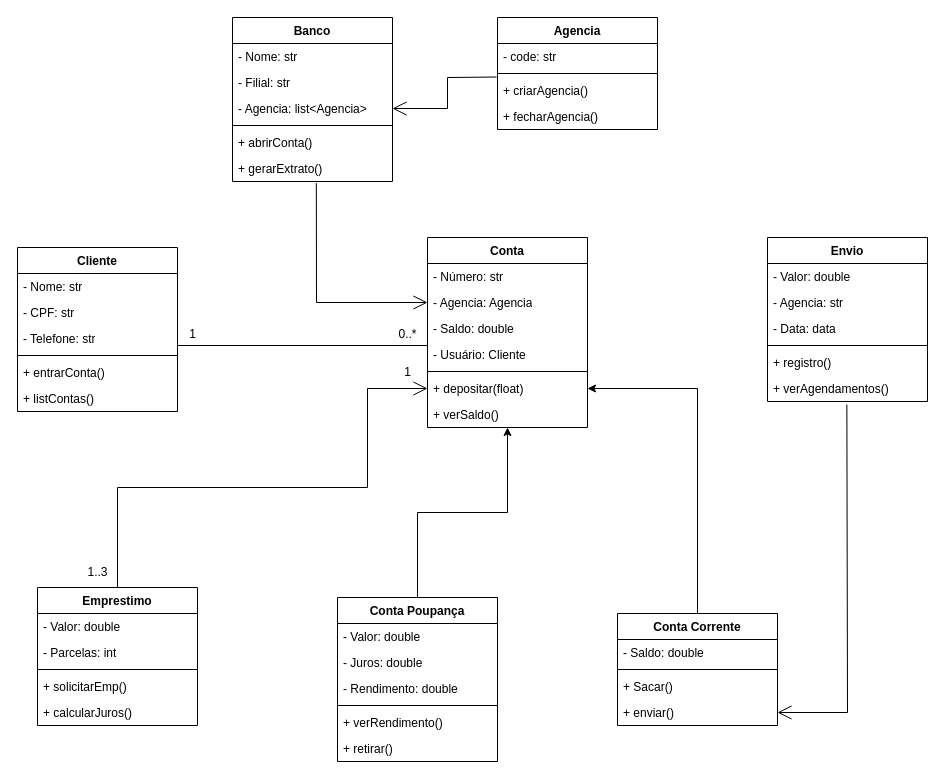
Above: Bank_Class_Diagram.drawio.xml in Luilu-star/Diagramas (draw.io), before the change. Source tidied: cells renumbered, new cells numbered last; positions are measured from the earlier drawing's top-left corner, leaving out a move shared by most shapes. Both pictures are drawn from the tidied source at 100%, with x=0, y=0 at pixel (17, 17).
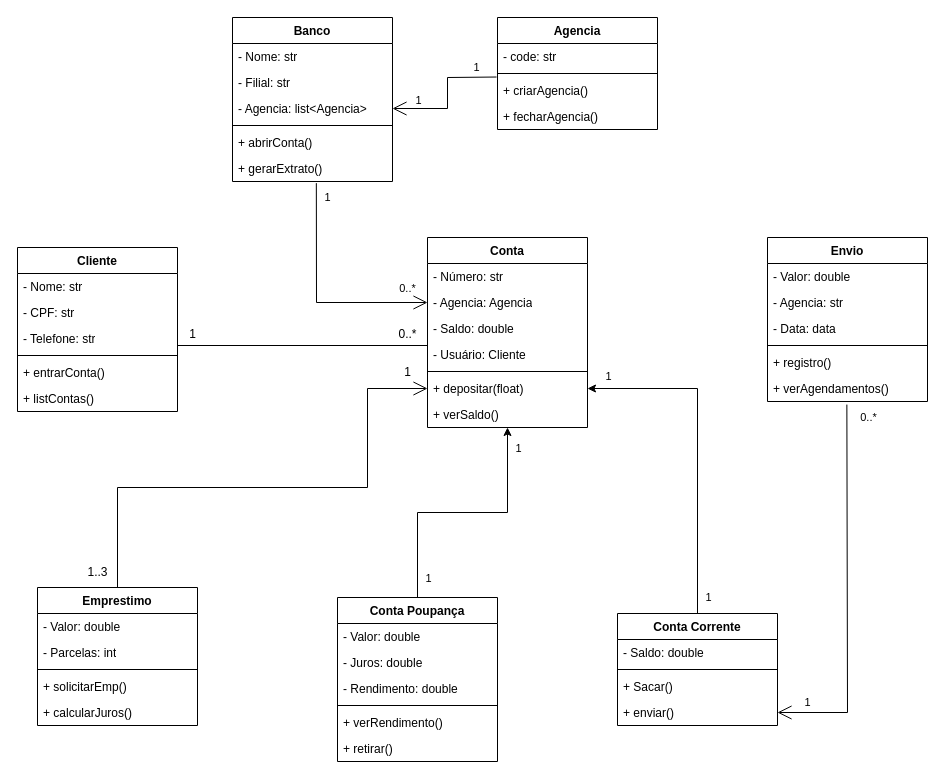
The same diagram, later.

The change refers to these unchanged cells:
```xml
<mxCell id="43" style="edgeStyle=orthogonalEdgeStyle;rounded=0;jettySize=auto;html=1;" parent="1" edge="1" source="44" target="16">
  <mxGeometry relative="1" as="geometry" />
</mxCell>
<mxCell id="51" style="edgeStyle=orthogonalEdgeStyle;rounded=0;jettySize=auto;html=1;entryX=1;entryY=0.5;entryDx=0;entryDy=0;" parent="1" edge="1" source="52" target="22">
  <mxGeometry relative="1" as="geometry" />
</mxCell>
<mxCell id="58" style="endArrow=open;endFill=1;endSize=12;html=1;rounded=0;exitX=-0.006;exitY=-0.018;exitDx=0;exitDy=0;exitPerimeter=0;entryX=1;entryY=0.5;entryDx=0;entryDy=0;" parent="1" edge="1" source="40" target="12">
  <mxGeometry relative="1" as="geometry">
    <Array as="points">
      <mxPoint x="430" y="60" />
      <mxPoint x="430" y="91" />
    </Array>
  </mxGeometry>
</mxCell>
<mxCell id="59" style="endArrow=open;endFill=1;endSize=12;html=1;rounded=0;exitX=0.524;exitY=1.063;exitDx=0;exitDy=0;exitPerimeter=0;entryX=0;entryY=0.5;entryDx=0;entryDy=0;" parent="1" edge="1" source="15" target="18">
  <mxGeometry relative="1" as="geometry">
    <Array as="points">
      <mxPoint x="299" y="285" />
    </Array>
  </mxGeometry>
</mxCell>
<mxCell id="64" style="endArrow=open;endFill=1;endSize=12;html=1;rounded=0;exitX=0.496;exitY=1.119;exitDx=0;exitDy=0;exitPerimeter=0;entryX=1;entryY=0.5;entryDx=0;entryDy=0;" parent="1" edge="1" source="30" target="56">
  <mxGeometry relative="1" as="geometry">
    <Array as="points">
      <mxPoint x="830" y="695" />
    </Array>
  </mxGeometry>
</mxCell>
```

What changed in the source:
```diff
@@
+    <mxCell id="65" value="1" style="edgeLabel;html=1;align=center;verticalAlign=middle;" parent="43" vertex="1">
+      <mxGeometry x="-0.88" relative="1" as="geometry">
+        <mxPoint x="10" y="-4" as="offset" />
+      </mxGeometry>
+    </mxCell>
+    <mxCell id="66" value="1" style="edgeLabel;html=1;align=center;verticalAlign=middle;" parent="43" vertex="1">
+      <mxGeometry x="0.84" y="-2" relative="1" as="geometry">
+        <mxPoint x="8" y="-1" as="offset" />
+      </mxGeometry>
+    </mxCell>
@@
+    <mxCell id="67" value="1" style="edgeLabel;html=1;align=center;verticalAlign=middle;" parent="51" vertex="1">
+      <mxGeometry x="0.88" relative="1" as="geometry">
+        <mxPoint y="-13" as="offset" />
+      </mxGeometry>
+    </mxCell>
+    <mxCell id="68" value="1" style="edgeLabel;html=1;align=center;verticalAlign=middle;" parent="51" vertex="1">
+      <mxGeometry x="-0.9" y="-1" relative="1" as="geometry">
+        <mxPoint x="9" as="offset" />
+      </mxGeometry>
+    </mxCell>
@@
+    <mxCell id="69" value="1" style="edgeLabel;html=1;align=center;verticalAlign=middle;" parent="58" vertex="1">
+      <mxGeometry x="0.62" y="3" relative="1" as="geometry">
+        <mxPoint x="-1" y="-12" as="offset" />
+      </mxGeometry>
+    </mxCell>
+    <mxCell id="70" value="1" style="edgeLabel;html=1;align=center;verticalAlign=middle;" parent="58" vertex="1">
+      <mxGeometry x="-0.69" relative="1" as="geometry">
+        <mxPoint y="-10" as="offset" />
+      </mxGeometry>
+    </mxCell>
@@
+    <mxCell id="71" value="1" style="edgeLabel;html=1;align=center;verticalAlign=middle;" parent="59" vertex="1">
+      <mxGeometry x="-0.88" relative="1" as="geometry">
+        <mxPoint x="11" as="offset" />
+      </mxGeometry>
+    </mxCell>
+    <mxCell id="72" value="0..*" style="edgeLabel;html=1;align=center;verticalAlign=middle;" parent="59" vertex="1">
+      <mxGeometry x="0.82" y="-2" relative="1" as="geometry">
+        <mxPoint y="-17" as="offset" />
+      </mxGeometry>
+    </mxCell>
@@
+    <mxCell id="73" value="1" style="edgeLabel;html=1;align=center;verticalAlign=middle;" parent="64" vertex="1">
+      <mxGeometry x="0.84" y="1" relative="1" as="geometry">
+        <mxPoint y="-12" as="offset" />
+      </mxGeometry>
+    </mxCell>
+    <mxCell id="74" value="0..*" style="edgeLabel;html=1;align=center;verticalAlign=middle;" parent="64" vertex="1">
+      <mxGeometry x="-0.86" y="1" relative="1" as="geometry">
+        <mxPoint x="20" y="-14" as="offset" />
+      </mxGeometry>
+    </mxCell>
```
